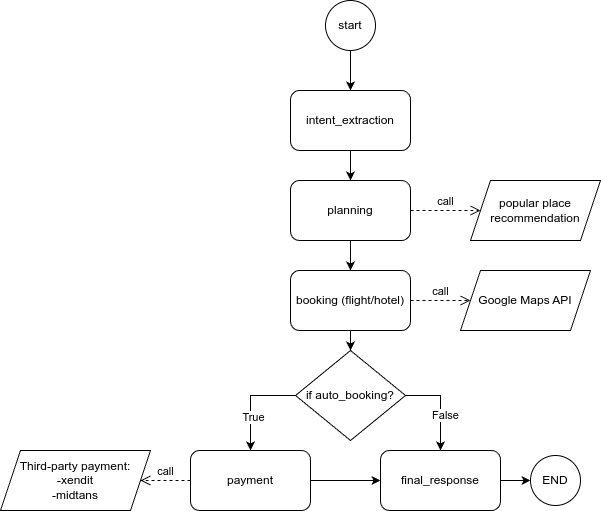
Before: assets/assistX_architecture.png, a diagram exported from draw.io (fachrinnk4869/itinerary-planner). Source tidied: cells renumbered, new cells last; positions are measured from the earlier drawing's top-left corner, leaving out a move shared by most shapes. Source of this version:
```xml
<mxGraphModel>
  <root>
    <mxCell id="0" />
    <mxCell id="1" parent="0" />
    <mxCell id="2" value="intent_extraction" style="rounded=1;whiteSpace=wrap;html=1;" parent="1" vertex="1">
      <mxGeometry x="290" y="90" width="120" height="60" as="geometry" />
    </mxCell>
    <mxCell id="3" style="edgeStyle=orthogonalEdgeStyle;rounded=0;jettySize=auto;html=1;exitX=0.5;exitY=1;exitDx=0;exitDy=0;" parent="1" edge="1" source="4" target="6">
      <mxGeometry relative="1" as="geometry" />
    </mxCell>
    <mxCell id="4" value="planning" style="rounded=1;whiteSpace=wrap;html=1;" parent="1" vertex="1">
      <mxGeometry x="290" y="180" width="120" height="60" as="geometry" />
    </mxCell>
    <mxCell id="5" style="edgeStyle=orthogonalEdgeStyle;rounded=0;jettySize=auto;html=1;exitX=0.5;exitY=1;exitDx=0;exitDy=0;" parent="1" edge="1" source="6" target="19">
      <mxGeometry relative="1" as="geometry" />
    </mxCell>
    <mxCell id="6" value="booking (flight/hotel)" style="rounded=1;whiteSpace=wrap;html=1;" parent="1" vertex="1">
      <mxGeometry x="290" y="270" width="120" height="60" as="geometry" />
    </mxCell>
    <mxCell id="7" style="edgeStyle=orthogonalEdgeStyle;rounded=0;jettySize=auto;html=1;exitX=1;exitY=0.5;exitDx=0;exitDy=0;entryX=0;entryY=0.5;entryDx=0;entryDy=0;" parent="1" edge="1" source="8" target="10">
      <mxGeometry relative="1" as="geometry" />
    </mxCell>
    <mxCell id="8" value="payment" style="rounded=1;whiteSpace=wrap;html=1;" parent="1" vertex="1">
      <mxGeometry x="190" y="450" width="120" height="60" as="geometry" />
    </mxCell>
    <mxCell id="9" style="edgeStyle=orthogonalEdgeStyle;rounded=0;jettySize=auto;html=1;exitX=1;exitY=0.5;exitDx=0;exitDy=0;entryX=0;entryY=0.5;entryDx=0;entryDy=0;" parent="1" edge="1" source="10" target="14">
      <mxGeometry relative="1" as="geometry" />
    </mxCell>
    <mxCell id="10" value="final_response" style="rounded=1;whiteSpace=wrap;html=1;" parent="1" vertex="1">
      <mxGeometry x="380" y="450" width="120" height="60" as="geometry" />
    </mxCell>
    <mxCell id="11" style="endArrow=classic;html=1;rounded=0;exitX=0.5;exitY=1;exitDx=0;exitDy=0;entryX=0.5;entryY=0;entryDx=0;entryDy=0;" parent="1" edge="1" source="2" target="4">
      <mxGeometry relative="1" as="geometry" />
    </mxCell>
    <mxCell id="12" style="edgeStyle=orthogonalEdgeStyle;rounded=0;jettySize=auto;html=1;exitX=0.5;exitY=1;exitDx=0;exitDy=0;entryX=0.5;entryY=0;entryDx=0;entryDy=0;" parent="1" edge="1" source="13" target="2">
      <mxGeometry relative="1" as="geometry" />
    </mxCell>
    <mxCell id="13" value="start" style="ellipse;whiteSpace=wrap;html=1;" parent="1" vertex="1">
      <mxGeometry x="325" width="50" height="50" as="geometry" />
    </mxCell>
    <mxCell id="14" value="END" style="ellipse;whiteSpace=wrap;html=1;" parent="1" vertex="1">
      <mxGeometry x="530" y="455" width="50" height="50" as="geometry" />
    </mxCell>
    <mxCell id="15" style="edgeStyle=orthogonalEdgeStyle;rounded=0;jettySize=auto;html=1;exitX=0;exitY=0.5;exitDx=0;exitDy=0;entryX=0.5;entryY=0;entryDx=0;entryDy=0;" parent="1" edge="1" source="19" target="8">
      <mxGeometry relative="1" as="geometry" />
    </mxCell>
    <mxCell id="16" value="True" style="edgeLabel;html=1;align=center;verticalAlign=middle;" parent="15" vertex="1">
      <mxGeometry x="0.32" y="2" relative="1" as="geometry" />
    </mxCell>
    <mxCell id="17" style="edgeStyle=orthogonalEdgeStyle;rounded=0;jettySize=auto;html=1;exitX=1;exitY=0.5;exitDx=0;exitDy=0;entryX=0.5;entryY=0;entryDx=0;entryDy=0;" parent="1" edge="1" source="19" target="10">
      <mxGeometry relative="1" as="geometry" />
    </mxCell>
    <mxCell id="18" value="False" style="edgeLabel;html=1;align=center;verticalAlign=middle;" parent="17" vertex="1">
      <mxGeometry x="0.2" y="4" relative="1" as="geometry" />
    </mxCell>
    <mxCell id="19" value="if auto_booking?" style="rhombus;whiteSpace=wrap;html=1;" parent="1" vertex="1">
      <mxGeometry x="295" y="350" width="110" height="90" as="geometry" />
    </mxCell>
    <mxCell id="20" value="Third-party payment:&lt;div&gt;-xendit&lt;/div&gt;&lt;div&gt;-midtans&lt;/div&gt;" style="shape=parallelogram;perimeter=parallelogramPerimeter;whiteSpace=wrap;html=1;fixedSize=1;" parent="1" vertex="1">
      <mxGeometry y="450" width="150" height="60" as="geometry" />
    </mxCell>
    <mxCell id="21" value="call" style="html=1;verticalAlign=bottom;endArrow=open;dashed=1;endSize=8;curved=0;rounded=0;entryX=1;entryY=0.5;entryDx=0;entryDy=0;exitX=0;exitY=0.5;exitDx=0;exitDy=0;" parent="1" edge="1" source="8" target="20">
      <mxGeometry relative="1" as="geometry" />
    </mxCell>
    <mxCell id="22" value="call" style="html=1;verticalAlign=bottom;endArrow=open;dashed=1;endSize=8;curved=0;rounded=0;entryX=0;entryY=0.5;entryDx=0;entryDy=0;exitX=1;exitY=0.5;exitDx=0;exitDy=0;" parent="1" edge="1" source="6" target="23">
      <mxGeometry relative="1" as="geometry" />
    </mxCell>
    <mxCell id="23" value="Google Maps API" style="shape=parallelogram;perimeter=parallelogramPerimeter;whiteSpace=wrap;html=1;fixedSize=1;" parent="1" vertex="1">
      <mxGeometry x="460" y="270" width="130" height="60" as="geometry" />
    </mxCell>
    <mxCell id="24" value="call" style="html=1;verticalAlign=bottom;endArrow=open;dashed=1;endSize=8;curved=0;rounded=0;entryX=0;entryY=0.5;entryDx=0;entryDy=0;exitX=1;exitY=0.5;exitDx=0;exitDy=0;" parent="1" edge="1" source="4" target="25">
      <mxGeometry relative="1" as="geometry" />
    </mxCell>
    <mxCell id="25" value="popular place recommendation" style="shape=parallelogram;perimeter=parallelogramPerimeter;whiteSpace=wrap;html=1;fixedSize=1;" parent="1" vertex="1">
      <mxGeometry x="470" y="180" width="130" height="60" as="geometry" />
    </mxCell>
  </root>
</mxGraphModel>
```
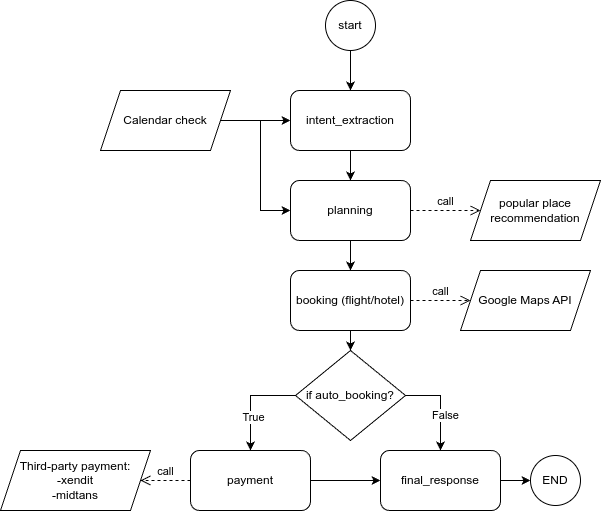
The same file after the commit.

What changed in the source:
```diff
@@ -74,5 +74,14 @@
     <mxCell id="25" value="popular place recommendation" style="shape=parallelogram;perimeter=parallelogramPerimeter;whiteSpace=wrap;html=1;fixedSize=1;" parent="1" vertex="1">
       <mxGeometry x="470" y="180" width="130" height="60" as="geometry" />
     </mxCell>
+    <mxCell id="26" style="edgeStyle=orthogonalEdgeStyle;rounded=0;jettySize=auto;html=1;exitX=1;exitY=0.5;exitDx=0;exitDy=0;entryX=0;entryY=0.5;entryDx=0;entryDy=0;" parent="1" edge="1" source="28" target="2">
+      <mxGeometry relative="1" as="geometry" />
+    </mxCell>
+    <mxCell id="27" style="edgeStyle=orthogonalEdgeStyle;rounded=0;jettySize=auto;html=1;exitX=1;exitY=0.5;exitDx=0;exitDy=0;entryX=0;entryY=0.5;entryDx=0;entryDy=0;" parent="1" edge="1" source="28" target="4">
+      <mxGeometry relative="1" as="geometry" />
+    </mxCell>
+    <mxCell id="28" value="Calendar check" style="shape=parallelogram;perimeter=parallelogramPerimeter;whiteSpace=wrap;html=1;fixedSize=1;" parent="1" vertex="1">
+      <mxGeometry x="100" y="90" width="130" height="60" as="geometry" />
+    </mxCell>
   </root>
 </mxGraphModel>
```
